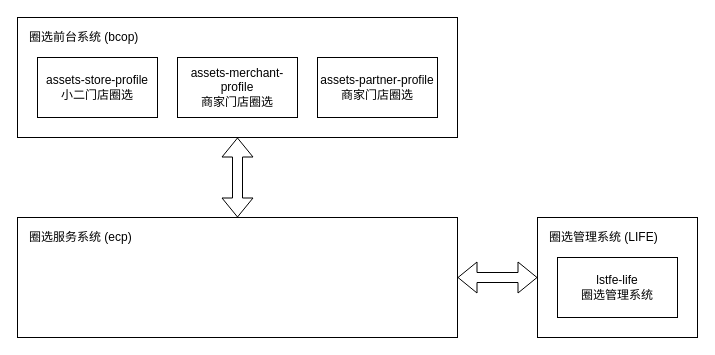
Before: 圈选系统前端技术架构.drawio in zzuwzj/draw, a draw.io diagram. Source tidied: cells renumbered, new cells numbered last; positions are measured from the earlier drawing's top-left corner, leaving out a move shared by most shapes. Both pictures are drawn from the tidied source at 100%, with x=0, y=0 at pixel (17, 17).
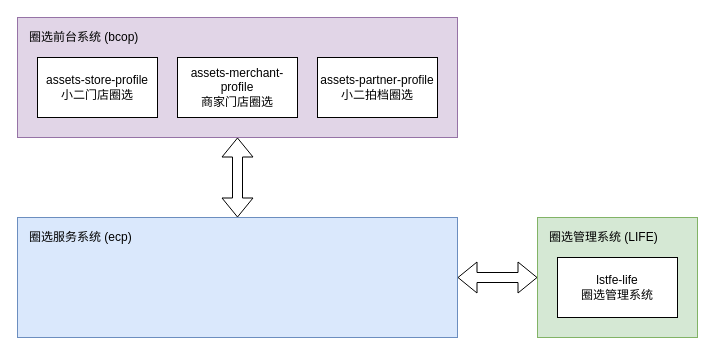
After the change.

Commit message (it also covers changes not shown here):
Update 圈选系统前端技术架构.drawio

Diff of the diagram source:
```diff
@@
 <mxGraphModel>
   <root>
     <mxCell id="0" />
     <mxCell id="1" parent="0" />
-    <mxCell id="2" style="rounded=0;whiteSpace=wrap;html=1;" parent="1" vertex="1">
+    <mxCell id="2" style="rounded=0;whiteSpace=wrap;html=1;fillColor=#dae8fc;strokeColor=#6c8ebf;" parent="1" vertex="1">
       <mxGeometry y="200" width="440" height="120" as="geometry" />
     </mxCell>
-    <mxCell id="3" style="rounded=0;whiteSpace=wrap;html=1;" parent="1" vertex="1">
+    <mxCell id="3" style="rounded=0;whiteSpace=wrap;html=1;fillColor=#e1d5e7;strokeColor=#9673a6;" parent="1" vertex="1">
       <mxGeometry width="440" height="120" as="geometry" />
     </mxCell>
     <mxCell id="4" value="assets-store-profile&lt;br&gt;小二门店圈选" style="rounded=0;whiteSpace=wrap;html=1;" parent="1" vertex="1">
       <mxGeometry x="20" y="40" width="120" height="60" as="geometry" />
     </mxCell>
     <mxCell id="5" value="assets-merchant-profile&lt;br&gt;商家门店圈选" style="rounded=0;whiteSpace=wrap;html=1;" parent="1" vertex="1">
       <mxGeometry x="160" y="40" width="120" height="60" as="geometry" />
     </mxCell>
-    <mxCell id="6" value="assets-partner-profile&lt;br&gt;商家门店圈选" style="rounded=0;whiteSpace=wrap;html=1;" parent="1" vertex="1">
+    <mxCell id="6" value="assets-partner-profile&lt;br&gt;小二拍档圈选" style="rounded=0;whiteSpace=wrap;html=1;" parent="1" vertex="1">
       <mxGeometry x="300" y="40" width="120" height="60" as="geometry" />
     </mxCell>
     <mxCell id="7" value="圈选前台系统 (bcop)" style="text;html=1;strokeColor=none;fillColor=none;align=left;verticalAlign=middle;whiteSpace=wrap;rounded=0;" parent="1" vertex="1">
       <mxGeometry x="10" y="10" width="120" height="20" as="geometry" />
     </mxCell>
     <mxCell id="8" value="圈选服务系统 (ecp)" style="text;html=1;strokeColor=none;fillColor=none;align=left;verticalAlign=middle;whiteSpace=wrap;rounded=0;" parent="1" vertex="1">
       <mxGeometry x="10" y="210" width="120" height="20" as="geometry" />
     </mxCell>
-    <mxCell id="9" style="rounded=0;whiteSpace=wrap;html=1;" parent="1" vertex="1">
+    <mxCell id="9" style="rounded=0;whiteSpace=wrap;html=1;fillColor=#d5e8d4;strokeColor=#82b366;" parent="1" vertex="1">
       <mxGeometry x="520" y="200" width="160" height="120" as="geometry" />
     </mxCell>
     <mxCell id="10" value="圈选管理系统 (LIFE)" style="text;html=1;strokeColor=none;fillColor=none;align=left;verticalAlign=middle;whiteSpace=wrap;rounded=0;" parent="1" vertex="1">
       <mxGeometry x="530" y="210" width="130" height="20" as="geometry" />
     </mxCell>
     <mxCell id="11" value="lstfe-life&lt;br&gt;圈选管理系统" style="rounded=0;whiteSpace=wrap;html=1;" parent="1" vertex="1">
       <mxGeometry x="540" y="240" width="120" height="60" as="geometry" />
     </mxCell>
     <mxCell id="12" style="shape=flexArrow;endArrow=classic;startArrow=classic;html=1;entryX=0.5;entryY=1;entryDx=0;entryDy=0;" parent="1" edge="1" source="2" target="3">
       <mxGeometry relative="1" as="geometry" />
     </mxCell>
     <mxCell id="13" style="shape=flexArrow;endArrow=classic;startArrow=classic;html=1;entryX=0;entryY=0.5;entryDx=0;entryDy=0;exitX=1;exitY=0.5;exitDx=0;exitDy=0;" parent="1" edge="1" source="2" target="9">
       <mxGeometry relative="1" as="geometry" />
     </mxCell>
   </root>
 </mxGraphModel>
```
